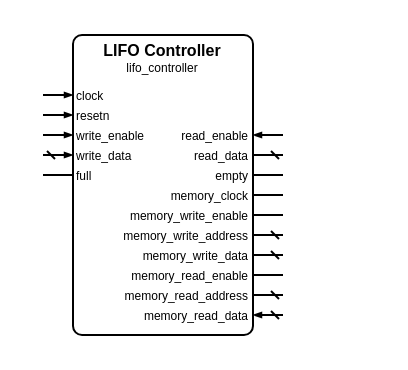
Before: sources/data/controllers/lifo/lifo_controller.symbol.drawio in Louis-DR/OmniCores-BuildingBlocks, a draw.io diagram. Source tidied: cells renumbered, new cells numbered last; positions are measured from the earlier drawing's top-left corner, leaving out a move shared by most shapes. Both pictures are drawn from the tidied source at 200%, with x=0, y=0 at pixel (42, 34).
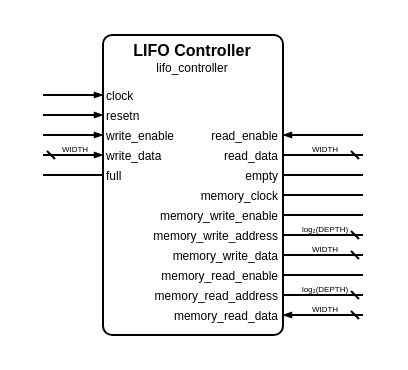
The same page after the edit.

Change to the diagram source:
```diff
@@
     <mxCell id="2" style="group;" parent="1" vertex="1">
-      <mxGeometry width="120" height="150" as="geometry" />
+      <mxGeometry width="160" height="150" as="geometry" />
     </mxCell>
     <mxCell id="3" style="rounded=1;arcSize=5;fillColor=none;strokeWidth=1;strokeColor=black;whiteSpace=wrap;html=1;" parent="2" vertex="1">
-      <mxGeometry x="15" width="90" height="150" as="geometry" />
+      <mxGeometry x="30" width="90" height="150" as="geometry" />
     </mxCell>
     <mxCell id="4" value="LIFO Controller" style="text;html=1;align=center;verticalAlign=middle;whiteSpace=wrap;rounded=0;fontSize=8;fontStyle=1;fontColor=black;" parent="2" vertex="1">
-      <mxGeometry x="15" y="7" width="90" as="geometry" />
+      <mxGeometry x="30" y="7" width="90" as="geometry" />
     </mxCell>
     <mxCell id="5" value="lifo_controller" style="text;html=1;align=center;verticalAlign=middle;whiteSpace=wrap;rounded=0;fontSize=6;fontStyle=0;fontColor=black;" parent="2" vertex="1">
-      <mxGeometry x="15" y="16" width="90" as="geometry" />
+      <mxGeometry x="30" y="16" width="90" as="geometry" />
     </mxCell>
     <mxCell id="6" value="clock" style="text;html=1;align=left;verticalAlign=middle;whiteSpace=wrap;rounded=0;fontSize=6;fontStyle=0;fontColor=black;" parent="2" vertex="1">
-      <mxGeometry x="15" y="30" width="90" as="geometry" />
+      <mxGeometry x="30" y="30" width="90" as="geometry" />
     </mxCell>
     <mxCell id="7" style="html=1;rounded=1;strokeWidth=1;strokeColor=black;startFill=0;startSize=2;startArrow=none;endFill=1;endSize=2;endArrow=blockThin;sourcePerimeterSpacing=0;" parent="2" edge="1">
       <mxGeometry relative="1" as="geometry">
         <mxPoint y="30" as="sourcePoint" />
-        <mxPoint x="15" y="30" as="targetPoint" />
+        <mxPoint x="30" y="30" as="targetPoint" />
       </mxGeometry>
     </mxCell>
     <mxCell id="8" value="resetn" style="text;html=1;align=left;verticalAlign=middle;whiteSpace=wrap;rounded=0;fontSize=6;fontStyle=0;fontColor=black;" parent="2" vertex="1">
-      <mxGeometry x="15" y="40" width="90" as="geometry" />
+      <mxGeometry x="30" y="40" width="90" as="geometry" />
     </mxCell>
     <mxCell id="9" style="html=1;rounded=1;strokeWidth=1;strokeColor=black;startFill=0;startSize=2;startArrow=none;endFill=1;endSize=2;endArrow=blockThin;sourcePerimeterSpacing=0;" parent="2" edge="1">
       <mxGeometry relative="1" as="geometry">
         <mxPoint y="40" as="sourcePoint" />
-        <mxPoint x="15" y="40" as="targetPoint" />
+        <mxPoint x="30" y="40" as="targetPoint" />
       </mxGeometry>
     </mxCell>
     <mxCell id="10" value="write_enable" style="text;html=1;align=left;verticalAlign=middle;whiteSpace=wrap;rounded=0;fontSize=6;fontStyle=0;fontColor=black;" parent="2" vertex="1">
-      <mxGeometry x="15" y="50" width="90" as="geometry" />
+      <mxGeometry x="30" y="50" width="90" as="geometry" />
     </mxCell>
     <mxCell id="11" style="html=1;rounded=1;strokeWidth=1;strokeColor=black;startFill=0;startSize=2;startArrow=none;endFill=1;endSize=2;endArrow=blockThin;sourcePerimeterSpacing=0;" parent="2" edge="1">
       <mxGeometry relative="1" as="geometry">
         <mxPoint y="50" as="sourcePoint" />
-        <mxPoint x="15" y="50" as="targetPoint" />
+        <mxPoint x="30" y="50" as="targetPoint" />
       </mxGeometry>
     </mxCell>
     <mxCell id="12" value="read_enable" style="text;html=1;align=right;verticalAlign=middle;whiteSpace=wrap;rounded=0;fontSize=6;fontStyle=0;fontColor=black;" parent="2" vertex="1">
-      <mxGeometry x="15" y="50" width="90" as="geometry" />
+      <mxGeometry x="30" y="50" width="90" as="geometry" />
     </mxCell>
     <mxCell id="13" style="html=1;rounded=1;strokeWidth=1;strokeColor=black;startFill=0;startSize=2;startArrow=none;endFill=1;endSize=2;endArrow=blockThin;sourcePerimeterSpacing=0;" parent="2" edge="1">
       <mxGeometry relative="1" as="geometry">
-        <mxPoint x="120" y="50" as="sourcePoint" />
-        <mxPoint x="105" y="50" as="targetPoint" />
+        <mxPoint x="160" y="50" as="sourcePoint" />
+        <mxPoint x="120" y="50" as="targetPoint" />
       </mxGeometry>
     </mxCell>
     <mxCell id="14" value="write_data" style="text;html=1;align=left;verticalAlign=middle;whiteSpace=wrap;rounded=0;fontSize=6;fontStyle=0;fontColor=black;" parent="2" vertex="1">
-      <mxGeometry x="15" y="60" width="90" as="geometry" />
+      <mxGeometry x="30" y="60" width="90" as="geometry" />
     </mxCell>
     <mxCell id="15" style="html=1;rounded=1;strokeWidth=1;strokeColor=black;startFill=0;startSize=2;startArrow=dash;endFill=1;endSize=2;endArrow=blockThin;sourcePerimeterSpacing=0;" parent="2" edge="1">
       <mxGeometry relative="1" as="geometry">
         <mxPoint y="60" as="sourcePoint" />
-        <mxPoint x="15" y="60" as="targetPoint" />
+        <mxPoint x="30" y="60" as="targetPoint" />
       </mxGeometry>
     </mxCell>
+    <mxCell id="36" value="WIDTH" style="text;html=1;align=center;verticalAlign=middle;whiteSpace=nowrap;rounded=0;fontSize=4;fontStyle=0;fontColor=black;" parent="2" vertex="1">
+      <mxGeometry x="15" y="57" as="geometry" />
+    </mxCell>
     <mxCell id="16" value="read_data" style="text;html=1;align=right;verticalAlign=middle;whiteSpace=wrap;rounded=0;fontSize=6;fontStyle=0;fontColor=black;" parent="2" vertex="1">
-      <mxGeometry x="15" y="60" width="90" as="geometry" />
+      <mxGeometry x="30" y="60" width="90" as="geometry" />
     </mxCell>
     <mxCell id="17" style="html=1;rounded=1;strokeWidth=1;strokeColor=black;startFill=0;startSize=2;startArrow=dash;endFill=1;endSize=2;endArrow=none;sourcePerimeterSpacing=0;" parent="2" edge="1">
       <mxGeometry relative="1" as="geometry">
-        <mxPoint x="120" y="60" as="sourcePoint" />
-        <mxPoint x="105" y="60" as="targetPoint" />
+        <mxPoint x="160" y="60" as="sourcePoint" />
+        <mxPoint x="120" y="60" as="targetPoint" />
       </mxGeometry>
     </mxCell>
+    <mxCell id="37" value="WIDTH" style="text;html=1;align=center;verticalAlign=middle;whiteSpace=nowrap;rounded=0;fontSize=4;fontStyle=0;fontColor=black;" parent="2" vertex="1">
+      <mxGeometry x="140" y="57" as="geometry" />
+    </mxCell>
     <mxCell id="18" value="full" style="text;html=1;align=left;verticalAlign=middle;whiteSpace=wrap;rounded=0;fontSize=6;fontStyle=0;fontColor=black;" parent="2" vertex="1">
-      <mxGeometry x="15" y="70" width="90" as="geometry" />
+      <mxGeometry x="30" y="70" width="90" as="geometry" />
     </mxCell>
     <mxCell id="19" style="html=1;rounded=1;strokeWidth=1;strokeColor=black;startFill=0;startSize=2;startArrow=none;endFill=1;endSize=2;endArrow=none;sourcePerimeterSpacing=0;" parent="2" edge="1">
       <mxGeometry relative="1" as="geometry">
         <mxPoint y="70" as="sourcePoint" />
-        <mxPoint x="15" y="70" as="targetPoint" />
+        <mxPoint x="30" y="70" as="targetPoint" />
       </mxGeometry>
     </mxCell>
     <mxCell id="20" value="empty" style="text;html=1;align=right;verticalAlign=middle;whiteSpace=wrap;rounded=0;fontSize=6;fontStyle=0;fontColor=black;" parent="2" vertex="1">
-      <mxGeometry x="15" y="70" width="90" as="geometry" />
+      <mxGeometry x="30" y="70" width="90" as="geometry" />
     </mxCell>
     <mxCell id="21" style="html=1;rounded=1;strokeWidth=1;strokeColor=black;startFill=0;startSize=2;startArrow=none;endFill=1;endSize=2;endArrow=none;sourcePerimeterSpacing=0;" parent="2" edge="1">
       <mxGeometry relative="1" as="geometry">
-        <mxPoint x="120" y="70" as="sourcePoint" />
-        <mxPoint x="105" y="70" as="targetPoint" />
+        <mxPoint x="160" y="70" as="sourcePoint" />
+        <mxPoint x="120" y="70" as="targetPoint" />
       </mxGeometry>
     </mxCell>
     <mxCell id="22" value="memory_clock" style="text;html=1;align=right;verticalAlign=middle;whiteSpace=wrap;rounded=0;fontSize=6;fontStyle=0;fontColor=black;" parent="2" vertex="1">
-      <mxGeometry x="15" y="80" width="90" as="geometry" />
+      <mxGeometry x="30" y="80" width="90" as="geometry" />
     </mxCell>
     <mxCell id="23" style="html=1;rounded=1;strokeWidth=1;strokeColor=black;startFill=0;startSize=2;startArrow=none;endFill=1;endSize=2;endArrow=none;sourcePerimeterSpacing=0;" parent="2" edge="1">
       <mxGeometry relative="1" as="geometry">
-        <mxPoint x="120" y="80" as="sourcePoint" />
-        <mxPoint x="105" y="80" as="targetPoint" />
+        <mxPoint x="160" y="80" as="sourcePoint" />
+        <mxPoint x="120" y="80" as="targetPoint" />
       </mxGeometry>
     </mxCell>
     <mxCell id="24" value="memory_write_enable" style="text;html=1;align=right;verticalAlign=middle;whiteSpace=wrap;rounded=0;fontSize=6;fontStyle=0;fontColor=black;" parent="2" vertex="1">
-      <mxGeometry x="15" y="90" width="90" as="geometry" />
+      <mxGeometry x="30" y="90" width="90" as="geometry" />
     </mxCell>
     <mxCell id="25" style="html=1;rounded=1;strokeWidth=1;strokeColor=black;startFill=0;startSize=2;startArrow=none;endFill=1;endSize=2;endArrow=none;sourcePerimeterSpacing=0;" parent="2" edge="1">
       <mxGeometry relative="1" as="geometry">
-        <mxPoint x="120" y="90" as="sourcePoint" />
-        <mxPoint x="105" y="90" as="targetPoint" />
+        <mxPoint x="160" y="90" as="sourcePoint" />
+        <mxPoint x="120" y="90" as="targetPoint" />
       </mxGeometry>
     </mxCell>
     <mxCell id="26" value="memory_write_address" style="text;html=1;align=right;verticalAlign=middle;whiteSpace=wrap;rounded=0;fontSize=6;fontStyle=0;fontColor=black;" parent="2" vertex="1">
-      <mxGeometry x="15" y="100" width="90" as="geometry" />
+      <mxGeometry x="30" y="100" width="90" as="geometry" />
     </mxCell>
     <mxCell id="27" style="html=1;rounded=1;strokeWidth=1;strokeColor=black;startFill=0;startSize=2;startArrow=dash;endFill=1;endSize=2;endArrow=none;sourcePerimeterSpacing=0;" parent="2" edge="1">
       <mxGeometry relative="1" as="geometry">
-        <mxPoint x="120" y="100" as="sourcePoint" />
-        <mxPoint x="105" y="100" as="targetPoint" />
+        <mxPoint x="160" y="100" as="sourcePoint" />
+        <mxPoint x="120" y="100" as="targetPoint" />
       </mxGeometry>
     </mxCell>
+    <mxCell id="38" value="log₂(DEPTH)" style="text;html=1;align=center;verticalAlign=middle;whiteSpace=nowrap;rounded=0;fontSize=4;fontStyle=0;fontColor=black;" parent="2" vertex="1">
+      <mxGeometry x="140" y="97" as="geometry" />
+    </mxCell>
     <mxCell id="28" value="memory_write_data" style="text;html=1;align=right;verticalAlign=middle;whiteSpace=wrap;rounded=0;fontSize=6;fontStyle=0;fontColor=black;" parent="2" vertex="1">
-      <mxGeometry x="15" y="110" width="90" as="geometry" />
+      <mxGeometry x="30" y="110" width="90" as="geometry" />
     </mxCell>
     <mxCell id="29" style="html=1;rounded=1;strokeWidth=1;strokeColor=black;startFill=0;startSize=2;startArrow=dash;endFill=1;endSize=2;endArrow=none;sourcePerimeterSpacing=0;" parent="2" edge="1">
       <mxGeometry relative="1" as="geometry">
-        <mxPoint x="120" y="110" as="sourcePoint" />
-        <mxPoint x="105" y="110" as="targetPoint" />
+        <mxPoint x="160" y="110" as="sourcePoint" />
+        <mxPoint x="120" y="110" as="targetPoint" />
       </mxGeometry>
     </mxCell>
+    <mxCell id="39" value="WIDTH" style="text;html=1;align=center;verticalAlign=middle;whiteSpace=nowrap;rounded=0;fontSize=4;fontStyle=0;fontColor=black;" parent="2" vertex="1">
+      <mxGeometry x="140" y="107" as="geometry" />
+    </mxCell>
     <mxCell id="30" value="memory_read_enable" style="text;html=1;align=right;verticalAlign=middle;whiteSpace=wrap;rounded=0;fontSize=6;fontStyle=0;fontColor=black;" parent="2" vertex="1">
-      <mxGeometry x="15" y="120" width="90" as="geometry" />
+      <mxGeometry x="30" y="120" width="90" as="geometry" />
     </mxCell>
     <mxCell id="31" style="html=1;rounded=1;strokeWidth=1;strokeColor=black;startFill=0;startSize=2;startArrow=none;endFill=1;endSize=2;endArrow=none;sourcePerimeterSpacing=0;" parent="2" edge="1">
       <mxGeometry relative="1" as="geometry">
-        <mxPoint x="120" y="120" as="sourcePoint" />
-        <mxPoint x="105" y="120" as="targetPoint" />
+        <mxPoint x="160" y="120" as="sourcePoint" />
+        <mxPoint x="120" y="120" as="targetPoint" />
       </mxGeometry>
     </mxCell>
     <mxCell id="32" value="memory_read_address" style="text;html=1;align=right;verticalAlign=middle;whiteSpace=wrap;rounded=0;fontSize=6;fontStyle=0;fontColor=black;" parent="2" vertex="1">
-      <mxGeometry x="15" y="130" width="90" as="geometry" />
+      <mxGeometry x="30" y="130" width="90" as="geometry" />
     </mxCell>
     <mxCell id="33" style="html=1;rounded=1;strokeWidth=1;strokeColor=black;startFill=0;startSize=2;startArrow=dash;endFill=1;endSize=2;endArrow=none;sourcePerimeterSpacing=0;" parent="2" edge="1">
       <mxGeometry relative="1" as="geometry">
-        <mxPoint x="120" y="130" as="sourcePoint" />
-        <mxPoint x="105" y="130" as="targetPoint" />
+        <mxPoint x="160" y="130" as="sourcePoint" />
+        <mxPoint x="120" y="130" as="targetPoint" />
       </mxGeometry>
     </mxCell>
+    <mxCell id="40" value="log₂(DEPTH)" style="text;html=1;align=center;verticalAlign=middle;whiteSpace=nowrap;rounded=0;fontSize=4;fontStyle=0;fontColor=black;" parent="2" vertex="1">
+      <mxGeometry x="140" y="127" as="geometry" />
+    </mxCell>
     <mxCell id="34" value="memory_read_data" style="text;html=1;align=right;verticalAlign=middle;whiteSpace=wrap;rounded=0;fontSize=6;fontStyle=0;fontColor=black;" parent="2" vertex="1">
-      <mxGeometry x="15" y="140" width="90" as="geometry" />
+      <mxGeometry x="30" y="140" width="90" as="geometry" />
     </mxCell>
     <mxCell id="35" style="html=1;rounded=1;strokeWidth=1;strokeColor=black;startFill=0;startSize=2;startArrow=dash;endFill=1;endSize=2;endArrow=blockThin;sourcePerimeterSpacing=0;" parent="2" edge="1">
       <mxGeometry relative="1" as="geometry">
-        <mxPoint x="120" y="140" as="sourcePoint" />
-        <mxPoint x="105" y="140" as="targetPoint" />
+        <mxPoint x="160" y="140" as="sourcePoint" />
+        <mxPoint x="120" y="140" as="targetPoint" />
       </mxGeometry>
     </mxCell>
+    <mxCell id="41" value="WIDTH" style="text;html=1;align=center;verticalAlign=middle;whiteSpace=nowrap;rounded=0;fontSize=4;fontStyle=0;fontColor=black;" parent="2" vertex="1">
+      <mxGeometry x="140" y="137" as="geometry" />
+    </mxCell>
```
